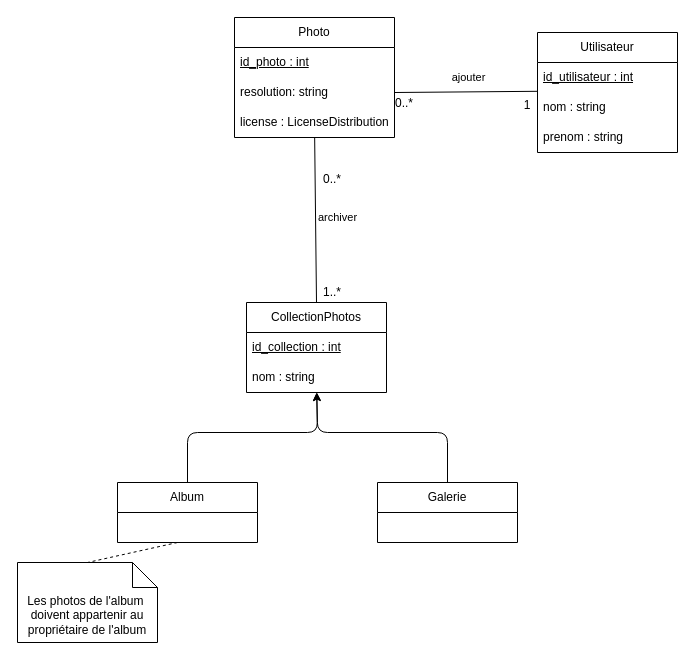
Above: TD-TP1/Ex1/Modele_2/cdc2.drawio in MorganNavel/BigData (draw.io), before the change. Source tidied: cells renumbered, new cells numbered last; positions are measured from the earlier drawing's top-left corner, leaving out a move shared by most shapes. Both pictures are drawn from the tidied source at 100%, with x=0, y=0 at pixel (17, 17).
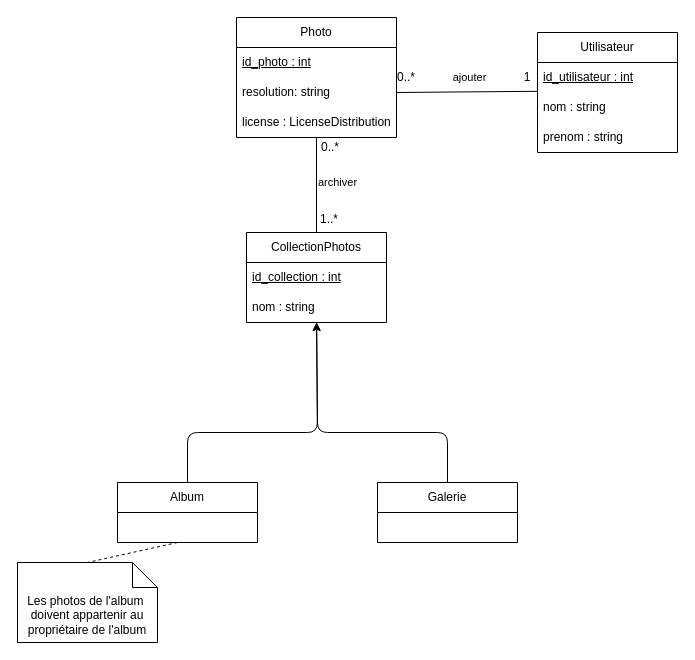
After the change.

Commit message (it also covers changes not shown here):
modif cdc2

Unchanged cells that the change refers to:
```xml
<mxCell id="4" value="nom : string" style="text;strokeColor=none;fillColor=none;align=left;verticalAlign=middle;spacingLeft=4;spacingRight=4;overflow=hidden;points=[[0,0.5],[1,0.5]];portConstraint=eastwest;whiteSpace=wrap;html=1;" parent="2" vertex="1">
  <mxGeometry y="60" width="140" height="30" as="geometry" />
</mxCell>
<mxCell id="23" value="resolution: string" style="text;strokeColor=none;fillColor=none;align=left;verticalAlign=middle;spacingLeft=4;spacingRight=4;overflow=hidden;points=[[0,0.5],[1,0.5]];portConstraint=eastwest;whiteSpace=wrap;html=1;" parent="21" vertex="1">
  <mxGeometry y="60" width="160" height="30" as="geometry" />
</mxCell>
<mxCell id="24" value="license : LicenseDistribution" style="text;strokeColor=none;fillColor=none;align=left;verticalAlign=middle;spacingLeft=4;spacingRight=4;overflow=hidden;points=[[0,0.5],[1,0.5]];portConstraint=eastwest;whiteSpace=wrap;html=1;" parent="21" vertex="1">
  <mxGeometry y="90" width="160" height="30" as="geometry" />
</mxCell>
```

The edit, as a diff of the source:
```diff
@@
     <mxCell id="8" value="CollectionPhotos" style="swimlane;fontStyle=0;horizontal=1;startSize=30;whiteSpace=wrap;html=1;" parent="1" vertex="1">
-      <mxGeometry x="229" y="285" width="140" height="90" as="geometry" />
+      <mxGeometry x="229" y="215" width="140" height="90" as="geometry" />
     </mxCell>
@@
-    <mxCell id="13" value="archiver" style="endArrow=none;html=1;entryX=0.5;entryY=0;entryDx=0;entryDy=0;" parent="1" edge="1" source="24" target="8">
-      <mxGeometry x="-0.03" y="22" relative="1" as="geometry" />
+    <mxCell id="13" value="archiver" style="endArrow=none;html=1;entryX=0.5;entryY=0;entryDx=0;entryDy=0;exitX=0.5;exitY=1;exitDx=0;exitDy=0;" parent="1" edge="1" source="21" target="8">
+      <mxGeometry x="-0.05" y="21" relative="1" as="geometry" />
     </mxCell>
     <mxCell id="14" value="0..*" style="text;html=1;strokeColor=none;fillColor=none;align=center;verticalAlign=middle;whiteSpace=wrap;rounded=0;" parent="1" vertex="1">
-      <mxGeometry x="300" y="152" width="30" height="20" as="geometry" />
+      <mxGeometry x="303" y="122" width="20" height="15" as="geometry" />
     </mxCell>
     <mxCell id="15" value="1..*" style="text;html=1;strokeColor=none;fillColor=none;align=center;verticalAlign=middle;whiteSpace=wrap;rounded=0;" parent="1" vertex="1">
-      <mxGeometry x="300" y="265" width="30" height="20" as="geometry" />
+      <mxGeometry x="302" y="192" width="20" height="20" as="geometry" />
     </mxCell>
-    <mxCell id="16" value="ajouter" style="endArrow=none;html=1;exitX=1;exitY=0.5;exitDx=0;exitDy=0;entryX=0.001;entryY=-0.04;entryDx=0;entryDy=0;entryPerimeter=0;" parent="1" edge="1" target="4">
-      <mxGeometry x="0.03" y="14" relative="1" as="geometry">
-        <mxPoint x="377" y="75" as="sourcePoint" />
-      </mxGeometry>
+    <mxCell id="16" value="ajouter" style="endArrow=none;html=1;exitX=1;exitY=0.5;exitDx=0;exitDy=0;entryX=0.001;entryY=-0.04;entryDx=0;entryDy=0;entryPerimeter=0;" parent="1" edge="1" source="23" target="4">
+      <mxGeometry x="0.03" y="14" relative="1" as="geometry" />
     </mxCell>
     <mxCell id="17" value="1" style="text;html=1;strokeColor=none;fillColor=none;align=center;verticalAlign=middle;whiteSpace=wrap;rounded=0;" parent="1" vertex="1">
-      <mxGeometry x="500" y="80" width="20" height="15" as="geometry" />
+      <mxGeometry x="500" y="52.5" width="20" height="15" as="geometry" />
     </mxCell>
     <mxCell id="18" value="0..*" style="text;html=1;strokeColor=none;fillColor=none;align=center;verticalAlign=middle;whiteSpace=wrap;rounded=0;" parent="1" vertex="1">
-      <mxGeometry x="377" y="73" width="20" height="25" as="geometry" />
+      <mxGeometry x="379" y="47.5" width="20" height="25" as="geometry" />
     </mxCell>
@@
     <mxCell id="21" value="Photo" style="swimlane;fontStyle=0;horizontal=1;startSize=30;whiteSpace=wrap;html=1;" parent="1" vertex="1">
-      <mxGeometry x="217" width="160" height="120" as="geometry" />
+      <mxGeometry x="219" width="160" height="120" as="geometry" />
     </mxCell>
```
